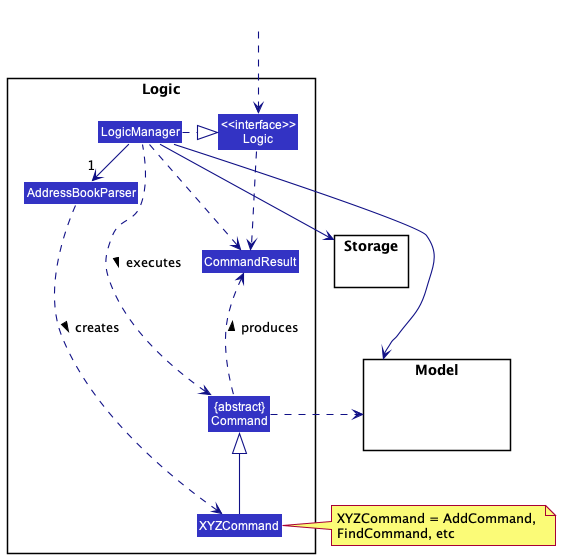
This is docs/images/LogicClassDiagram.png from nus-cs2103-AY2223S2/tp, a PlantUML export, as it was before one commit.
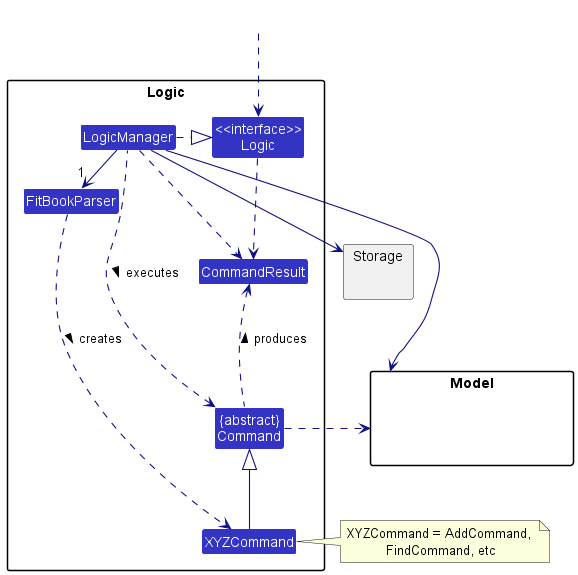
After the change.

Diff of the diagram source:
```diff
@@ -6,7 +6,7 @@
 
 package Logic {
 
-Class AddressBookParser
+Class FitBookParser
 Class XYZCommand
 Class CommandResult
 Class "{abstract}\nCommand" as Command
@@ -17,7 +17,7 @@
 }
 
 package Model{
-Class HiddenModel #FFFFFF
+Class HiddenFitBookModel #FFFFFF
 }
 
 package Storage{
@@ -27,8 +27,8 @@
 HiddenOutside ..> Logic
 
 LogicManager .right.|> Logic
-LogicManager -right->"1" AddressBookParser
-AddressBookParser ..> XYZCommand : creates >
+LogicManager -right->"1" FitBookParser
+FitBookParser ..> XYZCommand : creates >
 
 XYZCommand -up-|> Command
 LogicManager .left.> Command : executes >
```
